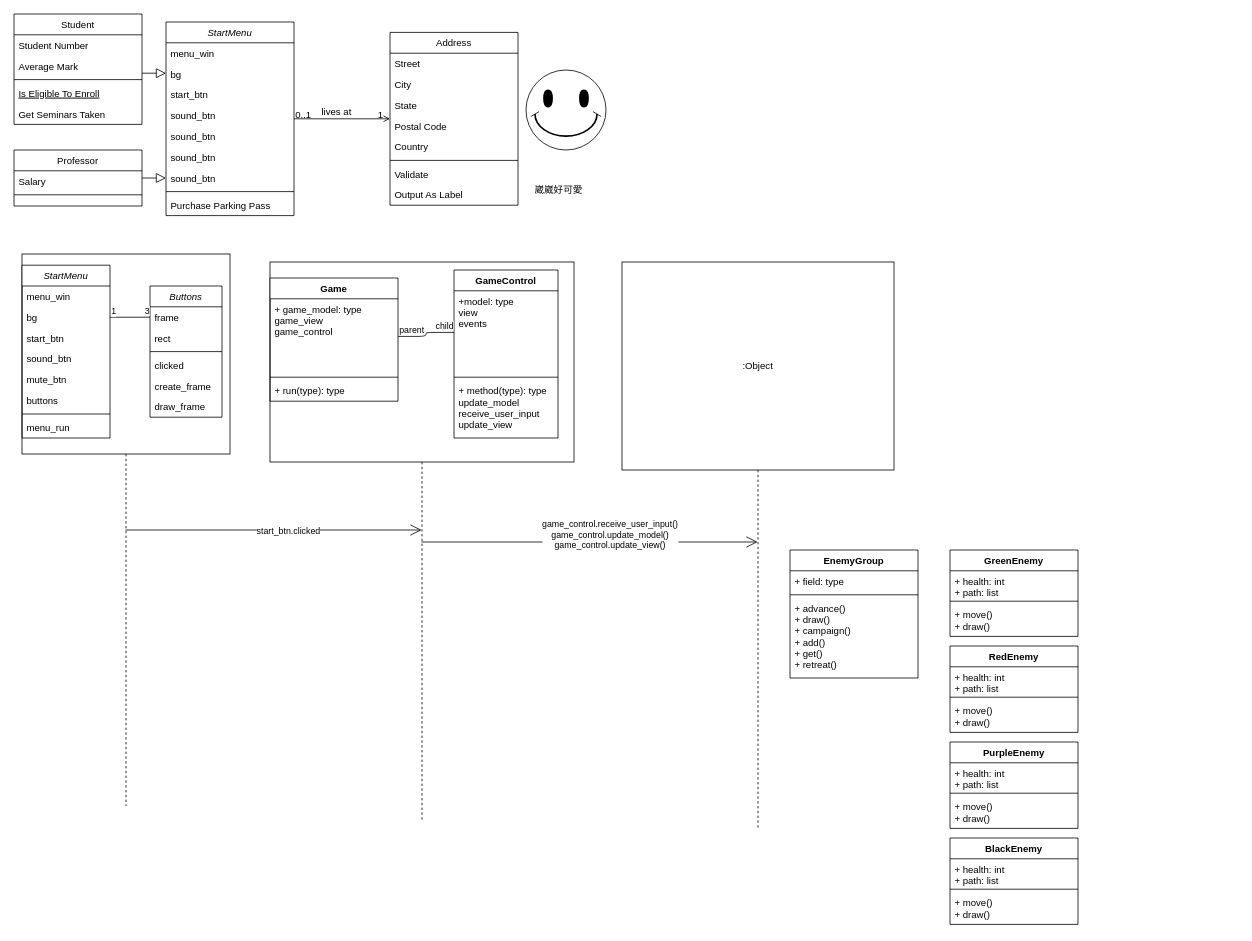
Before: UML.drawio in jiang0906/6-2, a draw.io diagram. Source tidied: cells renumbered, new cells numbered last; positions are measured from the earlier drawing's top-left corner, leaving out a move shared by most shapes. Both pictures are drawn from the tidied source at 80%, with x=0, y=0 at pixel (14, 14).
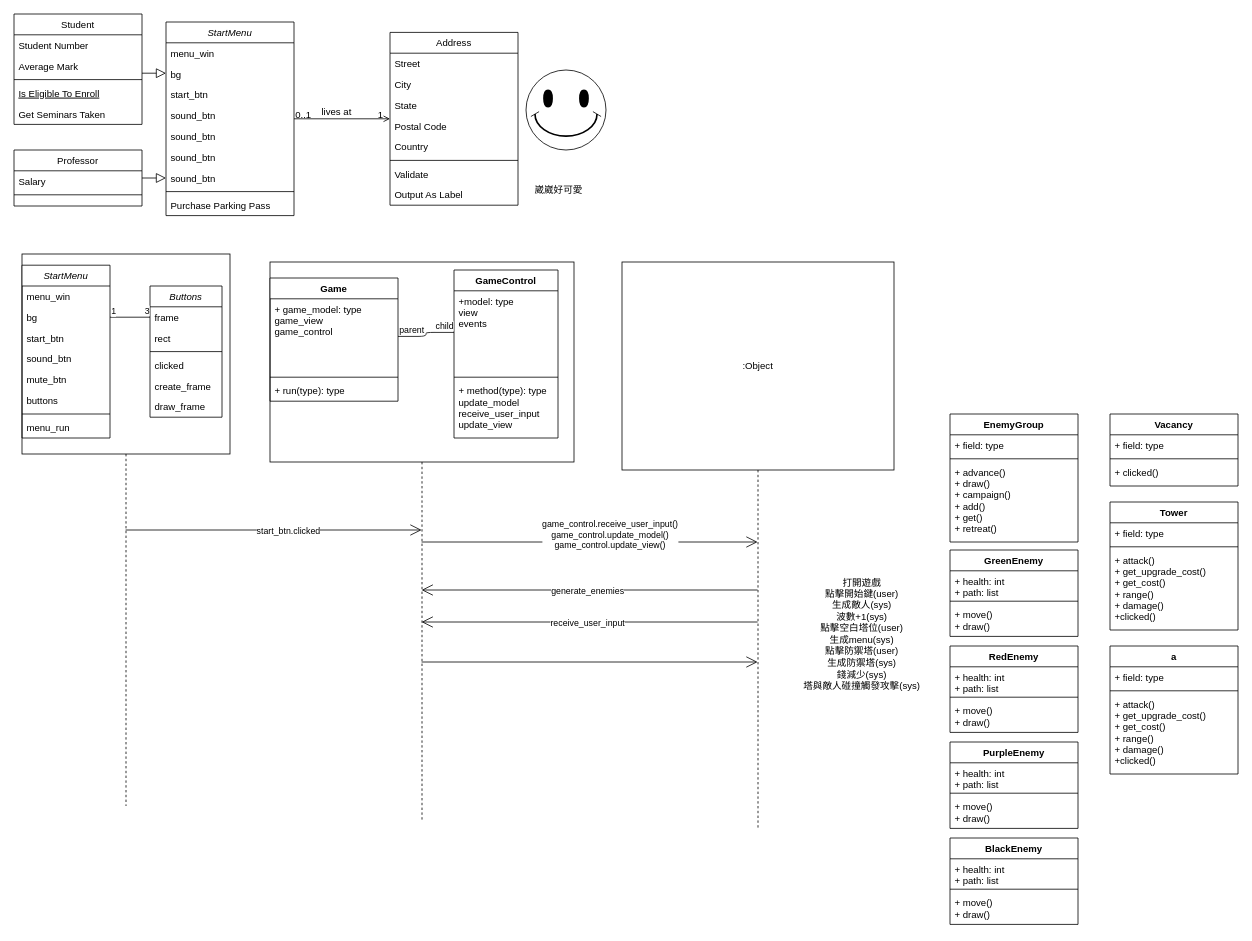
The same page after the edit.

Unchanged cells that the change refers to:
```xml
<mxCell id="58" style="shape=umlLifeline;perimeter=lifelinePerimeter;whiteSpace=wrap;html=1;outlineConnect=0;size=250;" parent="1" vertex="1">
  <mxGeometry x="320" y="310" width="380" height="700" as="geometry" />
</mxCell>
<mxCell id="74" value=":Object" style="shape=umlLifeline;perimeter=lifelinePerimeter;whiteSpace=wrap;html=1;outlineConnect=0;size=260;" parent="1" vertex="1">
  <mxGeometry x="760" y="310" width="340" height="710" as="geometry" />
</mxCell>
```

Change to the diagram source:
```diff
@@
     <mxCell id="91" value="EnemyGroup" style="swimlane;fontStyle=1;align=center;verticalAlign=top;horizontal=1;startSize=26;" parent="1" vertex="1">
-      <mxGeometry x="970" y="670" width="160" height="160" as="geometry" />
+      <mxGeometry x="1170" y="500" width="160" height="160" as="geometry" />
     </mxCell>
@@
+    <mxCell id="95" style="endArrow=open;endFill=1;endSize=12;html=1;" parent="1" edge="1" source="74" target="58">
+      <mxGeometry relative="1" as="geometry">
+        <Array as="points">
+          <mxPoint x="820" y="720" />
+        </Array>
+      </mxGeometry>
+    </mxCell>
+    <mxCell id="96" value="generate_enemies" style="edgeLabel;html=1;align=center;verticalAlign=middle;" parent="1" vertex="1">
+      <mxGeometry x="722" y="720" as="geometry">
+        <mxPoint x="-6" y="1" as="offset" />
+      </mxGeometry>
+    </mxCell>
+    <mxCell id="97" style="endArrow=open;endFill=1;endSize=12;html=1;" parent="1" edge="1" source="74" target="58">
+      <mxGeometry relative="1" as="geometry">
+        <Array as="points">
+          <mxPoint x="580" y="760" />
+          <mxPoint x="550" y="760" />
+        </Array>
+      </mxGeometry>
+    </mxCell>
+    <mxCell id="98" value="receive_user_input" style="edgeLabel;html=1;align=center;verticalAlign=middle;" parent="1" vertex="1">
+      <mxGeometry x="722" y="760" as="geometry">
+        <mxPoint x="-6" y="1" as="offset" />
+      </mxGeometry>
+    </mxCell>
+    <mxCell id="99" style="endArrow=open;endFill=1;endSize=12;html=1;" parent="1" edge="1" source="58" target="74">
+      <mxGeometry relative="1" as="geometry">
+        <Array as="points">
+          <mxPoint x="840" y="810" />
+        </Array>
+      </mxGeometry>
+    </mxCell>
+    <mxCell id="100" style="text;strokeColor=none;fillColor=none;align=left;verticalAlign=middle;spacingTop=-1;spacingLeft=4;spacingRight=4;labelPosition=right;" parent="1" vertex="1">
+      <mxGeometry x="1010" y="646" width="100" height="244" as="geometry" />
+    </mxCell>
+    <mxCell id="101" value="打開遊戲&lt;br&gt;點擊開始鍵(user)&lt;br&gt;生成敵人(sys)&lt;br&gt;波數+1(sys)&lt;br&gt;點擊空白塔位(user)&lt;br&gt;生成menu(sys)&lt;br&gt;點擊防禦塔(user)&lt;br&gt;生成防禦塔(sys)&lt;br&gt;錢減少(sys)&lt;br&gt;塔與敵人碰撞觸發攻擊(sys)" style="text;html=1;strokeColor=none;fillColor=none;align=center;verticalAlign=middle;whiteSpace=wrap;rounded=0;" parent="1" vertex="1">
+      <mxGeometry x="960" y="670" width="200" height="210" as="geometry" />
+    </mxCell>
+    <mxCell id="102" value="Vacancy" style="swimlane;fontStyle=1;align=center;verticalAlign=top;horizontal=1;startSize=26;" parent="1" vertex="1">
+      <mxGeometry x="1370" y="500" width="160" height="90" as="geometry" />
+    </mxCell>
+    <mxCell id="103" value="+ field: type" style="text;strokeColor=none;fillColor=none;align=left;verticalAlign=top;spacingLeft=4;spacingRight=4;overflow=hidden;" parent="102" vertex="1">
+      <mxGeometry y="26" width="160" height="26" as="geometry" />
+    </mxCell>
+    <mxCell id="104" style="line;strokeWidth=1;fillColor=none;align=left;verticalAlign=middle;spacingTop=-1;spacingLeft=3;spacingRight=3;labelPosition=right;" parent="102" vertex="1">
+      <mxGeometry y="52" width="160" height="8" as="geometry" />
+    </mxCell>
+    <mxCell id="105" value="+ clicked()" style="text;strokeColor=none;fillColor=none;align=left;verticalAlign=top;spacingLeft=4;spacingRight=4;overflow=hidden;" parent="102" vertex="1">
+      <mxGeometry y="60" width="160" height="30" as="geometry" />
+    </mxCell>
+    <mxCell id="106" value="Tower" style="swimlane;fontStyle=1;align=center;verticalAlign=top;horizontal=1;startSize=26;" parent="1" vertex="1">
+      <mxGeometry x="1370" y="610" width="160" height="160" as="geometry" />
+    </mxCell>
+    <mxCell id="107" value="+ field: type" style="text;strokeColor=none;fillColor=none;align=left;verticalAlign=top;spacingLeft=4;spacingRight=4;overflow=hidden;" parent="106" vertex="1">
+      <mxGeometry y="26" width="160" height="26" as="geometry" />
+    </mxCell>
+    <mxCell id="108" style="line;strokeWidth=1;fillColor=none;align=left;verticalAlign=middle;spacingTop=-1;spacingLeft=3;spacingRight=3;labelPosition=right;" parent="106" vertex="1">
+      <mxGeometry y="52" width="160" height="8" as="geometry" />
+    </mxCell>
+    <mxCell id="109" value="+ attack()&#10;+ get_upgrade_cost()&#10;+ get_cost()&#10;+ range()&#10;+ damage()&#10;+clicked()&#10;" style="text;strokeColor=none;fillColor=none;align=left;verticalAlign=top;spacingLeft=4;spacingRight=4;overflow=hidden;" parent="106" vertex="1">
+      <mxGeometry y="60" width="160" height="100" as="geometry" />
+    </mxCell>
+    <mxCell id="110" value="a" style="swimlane;fontStyle=1;align=center;verticalAlign=top;horizontal=1;startSize=26;" parent="1" vertex="1">
+      <mxGeometry x="1370" y="790" width="160" height="160" as="geometry" />
+    </mxCell>
+    <mxCell id="111" value="+ field: type" style="text;strokeColor=none;fillColor=none;align=left;verticalAlign=top;spacingLeft=4;spacingRight=4;overflow=hidden;" parent="110" vertex="1">
+      <mxGeometry y="26" width="160" height="26" as="geometry" />
+    </mxCell>
+    <mxCell id="112" style="line;strokeWidth=1;fillColor=none;align=left;verticalAlign=middle;spacingTop=-1;spacingLeft=3;spacingRight=3;labelPosition=right;" parent="110" vertex="1">
+      <mxGeometry y="52" width="160" height="8" as="geometry" />
+    </mxCell>
+    <mxCell id="113" value="+ attack()&#10;+ get_upgrade_cost()&#10;+ get_cost()&#10;+ range()&#10;+ damage()&#10;+clicked()&#10;" style="text;strokeColor=none;fillColor=none;align=left;verticalAlign=top;spacingLeft=4;spacingRight=4;overflow=hidden;" parent="110" vertex="1">
+      <mxGeometry y="60" width="160" height="100" as="geometry" />
+    </mxCell>
```
